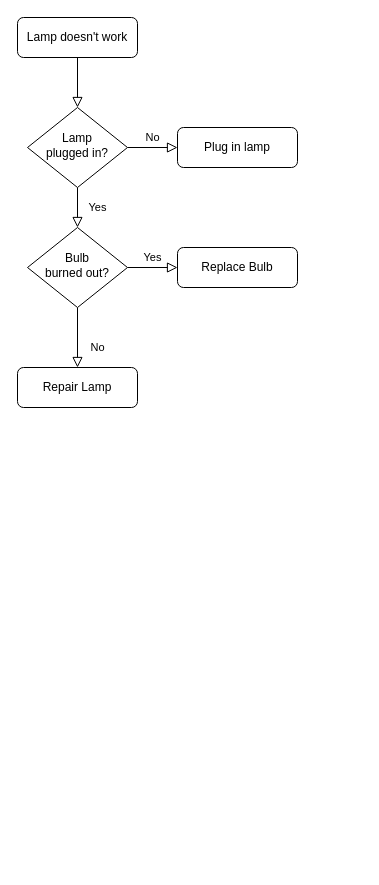
The draw.io diagram Untitled Diagram.drawio in rangerTao/DrawBackup, before the edit. Source tidied: cells renumbered, new cells numbered last; positions are measured from the earlier drawing's top-left corner, leaving out a move shared by most shapes. Both pictures are drawn from the tidied source at 100%, with x=0, y=0 at pixel (17, 17).
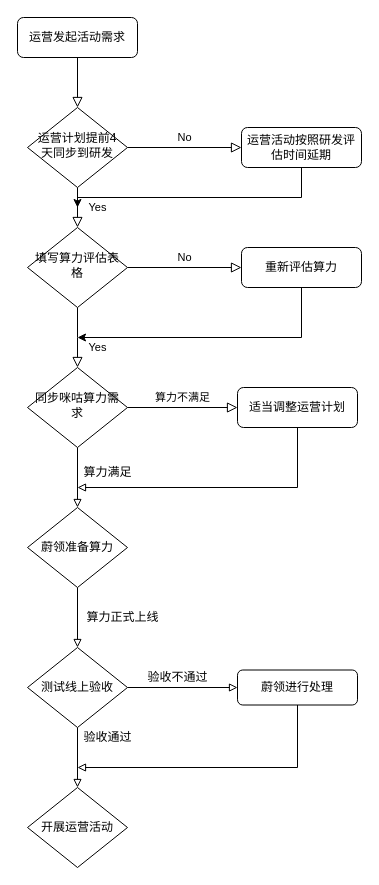
The same page after the edit.

The edit, as a diff of the source:
```diff
@@
-    <mxCell id="3" value="Lamp doesn't work" style="rounded=1;whiteSpace=wrap;html=1;fontSize=12;glass=0;strokeWidth=1;shadow=0;" parent="1" vertex="1">
+    <mxCell id="3" value="运营发起活动需求" style="rounded=1;whiteSpace=wrap;html=1;fontSize=12;glass=0;strokeWidth=1;shadow=0;" parent="1" vertex="1">
       <mxGeometry width="120" height="40" as="geometry" />
     </mxCell>
@@
-    <mxCell id="6" value="Lamp&lt;br&gt;plugged in?" style="rhombus;whiteSpace=wrap;html=1;shadow=0;fontFamily=Helvetica;fontSize=12;align=center;strokeWidth=1;spacing=6;spacingTop=-4;" parent="1" vertex="1">
+    <mxCell id="6" value="运营计划提前4天同步到研发" style="rhombus;whiteSpace=wrap;html=1;shadow=0;fontFamily=Helvetica;fontSize=12;align=center;strokeWidth=1;spacing=6;spacingTop=-4;" parent="1" vertex="1">
       <mxGeometry x="10" y="90" width="100" height="80" as="geometry" />
     </mxCell>
+    <mxCell id="13" style="edgeStyle=orthogonalEdgeStyle;rounded=0;jettySize=auto;html=1;" parent="1" edge="1" source="7">
+      <mxGeometry relative="1" as="geometry">
+        <mxPoint x="60" y="190" as="targetPoint" />
+        <Array as="points">
+          <mxPoint x="284" y="180" />
+          <mxPoint x="60" y="180" />
+        </Array>
+      </mxGeometry>
+    </mxCell>
-    <mxCell id="7" value="Plug in lamp" style="rounded=1;whiteSpace=wrap;html=1;fontSize=12;glass=0;strokeWidth=1;shadow=0;" parent="1" vertex="1">
-      <mxGeometry x="160" y="110" width="120" height="40" as="geometry" />
+    <mxCell id="7" value="运营活动按照研发评估时间延期" style="rounded=1;whiteSpace=wrap;html=1;fontSize=12;glass=0;strokeWidth=1;shadow=0;" parent="1" vertex="1">
+      <mxGeometry x="224" y="110" width="120" height="40" as="geometry" />
     </mxCell>
-    <mxCell id="8" value="No" style="rounded=0;html=1;jettySize=auto;fontSize=11;endArrow=block;endFill=0;endSize=8;strokeWidth=1;shadow=0;labelBackgroundColor=none;edgeStyle=orthogonalEdgeStyle;" parent="1" edge="1" source="10" target="11">
-      <mxGeometry x="0.33" y="20" relative="1" as="geometry" />
+    <mxCell id="8" value="Yes" style="rounded=0;html=1;jettySize=auto;fontSize=11;endArrow=block;endFill=0;endSize=8;strokeWidth=1;shadow=0;labelBackgroundColor=none;edgeStyle=orthogonalEdgeStyle;" parent="1" edge="1" source="10">
+      <mxGeometry x="0.33" y="20" relative="1" as="geometry">
+        <mxPoint x="60" y="350" as="targetPoint" />
+      </mxGeometry>
     </mxCell>
-    <mxCell id="9" value="Yes" style="edgeStyle=orthogonalEdgeStyle;rounded=0;html=1;jettySize=auto;fontSize=11;endArrow=block;endFill=0;endSize=8;strokeWidth=1;shadow=0;labelBackgroundColor=none;" parent="1" edge="1" source="10" target="12">
+    <mxCell id="9" value="No" style="edgeStyle=orthogonalEdgeStyle;rounded=0;html=1;jettySize=auto;fontSize=11;endArrow=block;endFill=0;endSize=8;strokeWidth=1;shadow=0;labelBackgroundColor=none;" parent="1" edge="1" source="10" target="12">
       <mxGeometry y="10" relative="1" as="geometry" />
     </mxCell>
-    <mxCell id="10" value="Bulb&lt;br&gt;burned out?" style="rhombus;whiteSpace=wrap;html=1;shadow=0;fontFamily=Helvetica;fontSize=12;align=center;strokeWidth=1;spacing=6;spacingTop=-4;" parent="1" vertex="1">
+    <mxCell id="10" value="填写算力评估表格" style="rhombus;whiteSpace=wrap;html=1;shadow=0;fontFamily=Helvetica;fontSize=12;align=center;strokeWidth=1;spacing=6;spacingTop=-4;" parent="1" vertex="1">
       <mxGeometry x="10" y="210" width="100" height="80" as="geometry" />
     </mxCell>
-    <mxCell id="11" value="Repair Lamp" style="rounded=1;whiteSpace=wrap;html=1;fontSize=12;glass=0;strokeWidth=1;shadow=0;" parent="1" vertex="1">
-      <mxGeometry y="350" width="120" height="40" as="geometry" />
-    </mxCell>
+    <mxCell id="14" style="edgeStyle=orthogonalEdgeStyle;rounded=0;jettySize=auto;html=1;" parent="1" edge="1" source="12">
+      <mxGeometry relative="1" as="geometry">
+        <mxPoint x="60" y="320" as="targetPoint" />
+        <Array as="points">
+          <mxPoint x="284" y="320" />
+        </Array>
+      </mxGeometry>
+    </mxCell>
-    <mxCell id="12" value="Replace Bulb" style="rounded=1;whiteSpace=wrap;html=1;fontSize=12;glass=0;strokeWidth=1;shadow=0;" parent="1" vertex="1">
-      <mxGeometry x="160" y="230" width="120" height="40" as="geometry" />
+    <mxCell id="12" value="重新评估算力" style="rounded=1;whiteSpace=wrap;html=1;fontSize=12;glass=0;strokeWidth=1;shadow=0;" parent="1" vertex="1">
+      <mxGeometry x="224" y="230" width="120" height="40" as="geometry" />
     </mxCell>
+    <mxCell id="15" style="edgeStyle=orthogonalEdgeStyle;rounded=0;jettySize=auto;html=1;entryX=0.5;entryY=0;entryDx=0;entryDy=0;endArrow=block;endFill=0;" parent="1" edge="1" source="16" target="21">
+      <mxGeometry relative="1" as="geometry" />
+    </mxCell>
+    <mxCell id="16" value="同步咪咕算力需求" style="rhombus;whiteSpace=wrap;html=1;shadow=0;fontFamily=Helvetica;fontSize=12;align=center;strokeWidth=1;spacing=6;spacingTop=-4;" parent="1" vertex="1">
+      <mxGeometry x="10" y="350" width="100" height="80" as="geometry" />
+    </mxCell>
+    <mxCell id="17" style="edgeStyle=orthogonalEdgeStyle;rounded=0;jettySize=auto;html=1;endArrow=block;endFill=0;" parent="1" edge="1" source="18">
+      <mxGeometry relative="1" as="geometry">
+        <mxPoint x="60" y="470" as="targetPoint" />
+        <Array as="points">
+          <mxPoint x="280" y="470" />
+        </Array>
+      </mxGeometry>
+    </mxCell>
+    <mxCell id="18" value="适当调整运营计划" style="rounded=1;whiteSpace=wrap;html=1;fontSize=12;glass=0;strokeWidth=1;shadow=0;" parent="1" vertex="1">
+      <mxGeometry x="220" y="370" width="120" height="40" as="geometry" />
+    </mxCell>
+    <mxCell id="19" value="算力不满足" style="edgeStyle=orthogonalEdgeStyle;rounded=0;html=1;jettySize=auto;fontSize=11;endArrow=block;endFill=0;endSize=8;strokeWidth=1;shadow=0;labelBackgroundColor=none;exitX=1;exitY=0.5;exitDx=0;exitDy=0;entryX=0;entryY=0.5;entryDx=0;entryDy=0;" parent="1" edge="1" source="16" target="18">
+      <mxGeometry y="10" relative="1" as="geometry" />
+    </mxCell>
+    <mxCell id="20" style="edgeStyle=orthogonalEdgeStyle;rounded=0;jettySize=auto;html=1;endArrow=block;endFill=0;" parent="1" edge="1" source="21" target="25">
+      <mxGeometry relative="1" as="geometry" />
+    </mxCell>
+    <mxCell id="21" value="蔚领准备算力" style="rhombus;whiteSpace=wrap;html=1;" parent="1" vertex="1">
+      <mxGeometry x="10" y="490" width="100" height="80" as="geometry" />
+    </mxCell>
+    <mxCell id="22" value="算力满足" style="text;html=1;align=center;verticalAlign=middle;strokeColor=none;fillColor=none;" parent="1" vertex="1">
+      <mxGeometry x="60" y="445" width="60" height="20" as="geometry" />
+    </mxCell>
+    <mxCell id="23" style="edgeStyle=orthogonalEdgeStyle;rounded=0;jettySize=auto;html=1;entryX=0.5;entryY=0;entryDx=0;entryDy=0;endArrow=block;endFill=0;" parent="1" edge="1" source="25" target="27">
+      <mxGeometry relative="1" as="geometry" />
+    </mxCell>
+    <mxCell id="24" style="edgeStyle=orthogonalEdgeStyle;rounded=0;jettySize=auto;html=1;endArrow=block;endFill=0;" parent="1" edge="1" source="25" target="30">
+      <mxGeometry relative="1" as="geometry" />
+    </mxCell>
+    <mxCell id="25" value="测试线上验收" style="rhombus;whiteSpace=wrap;html=1;" parent="1" vertex="1">
+      <mxGeometry x="10" y="630" width="100" height="80" as="geometry" />
+    </mxCell>
+    <mxCell id="26" value="算力正式上线" style="text;html=1;align=center;verticalAlign=middle;strokeColor=none;fillColor=none;" parent="1" vertex="1">
+      <mxGeometry x="60" y="590" width="90" height="20" as="geometry" />
+    </mxCell>
+    <mxCell id="27" value="开展运营活动" style="rhombus;whiteSpace=wrap;html=1;" parent="1" vertex="1">
+      <mxGeometry x="10" y="770" width="100" height="80" as="geometry" />
+    </mxCell>
+    <mxCell id="28" value="验收通过" style="text;html=1;align=center;verticalAlign=middle;strokeColor=none;fillColor=none;" parent="1" vertex="1">
+      <mxGeometry x="60" y="710" width="60" height="20" as="geometry" />
+    </mxCell>
+    <mxCell id="29" style="edgeStyle=orthogonalEdgeStyle;rounded=0;jettySize=auto;html=1;endArrow=block;endFill=0;" parent="1" edge="1" source="30">
+      <mxGeometry relative="1" as="geometry">
+        <mxPoint x="60" y="750" as="targetPoint" />
+        <Array as="points">
+          <mxPoint x="280" y="750" />
+        </Array>
+      </mxGeometry>
+    </mxCell>
+    <mxCell id="30" value="蔚领进行处理" style="whiteSpace=wrap;html=1;perimeterSpacing=0;rounded=1;" parent="1" vertex="1">
+      <mxGeometry x="220" y="652.5" width="120" height="35" as="geometry" />
+    </mxCell>
+    <mxCell id="31" value="验收不通过" style="text;html=1;align=center;verticalAlign=middle;strokeColor=none;fillColor=none;" parent="1" vertex="1">
+      <mxGeometry x="120" y="650" width="80" height="20" as="geometry" />
+    </mxCell>
```
